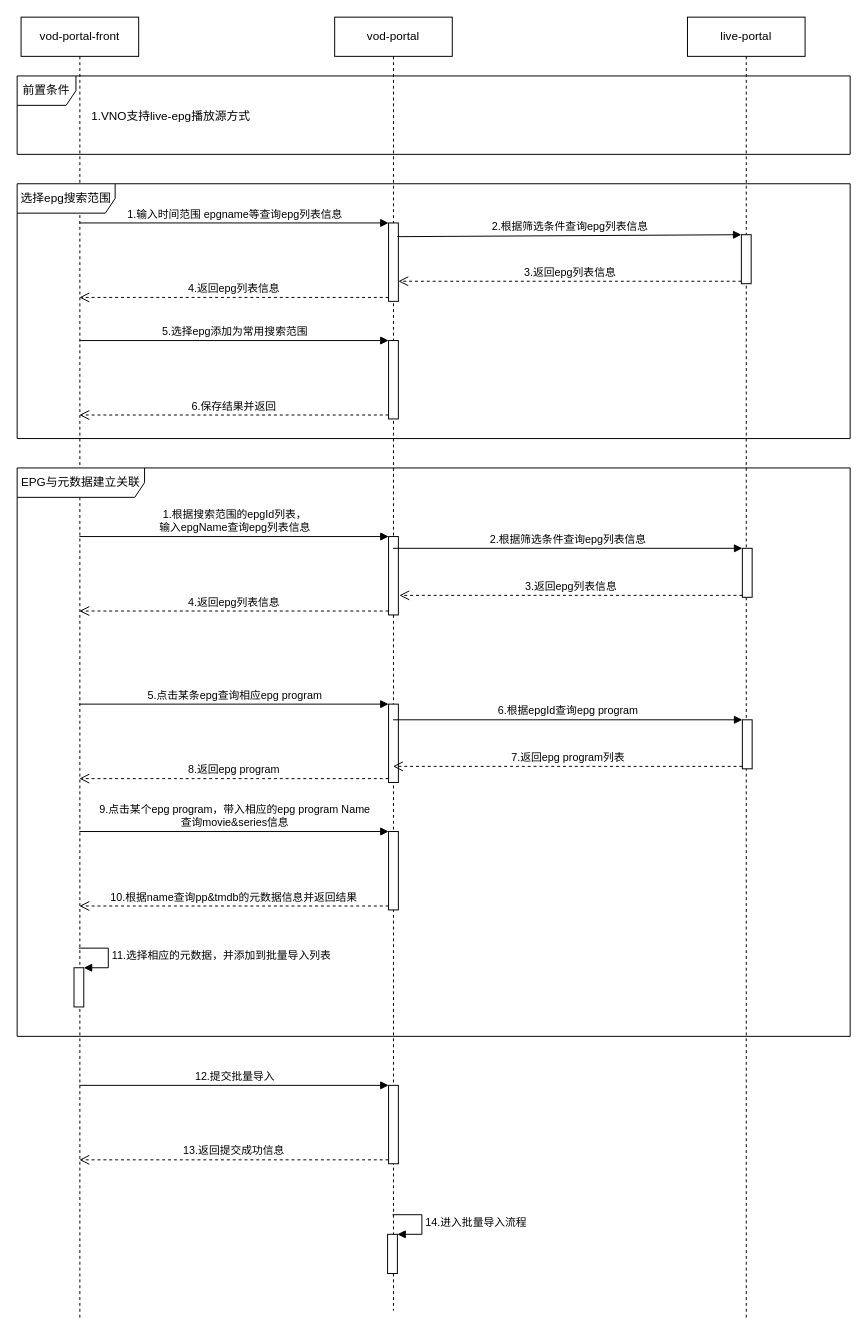
This is page "3.通过EPG-LIVE批量添加影片" (3 of 6) of liveEPG转VOD.drawio from beixiaohai/goose, a draw.io file, before an edit. Source tidied: cells renumbered, new cells numbered last; positions are measured from the earlier drawing's top-left corner, leaving out a move shared by most shapes. Both pictures are drawn from the tidied source at 98%, with x=0, y=0 at pixel (17, 17).
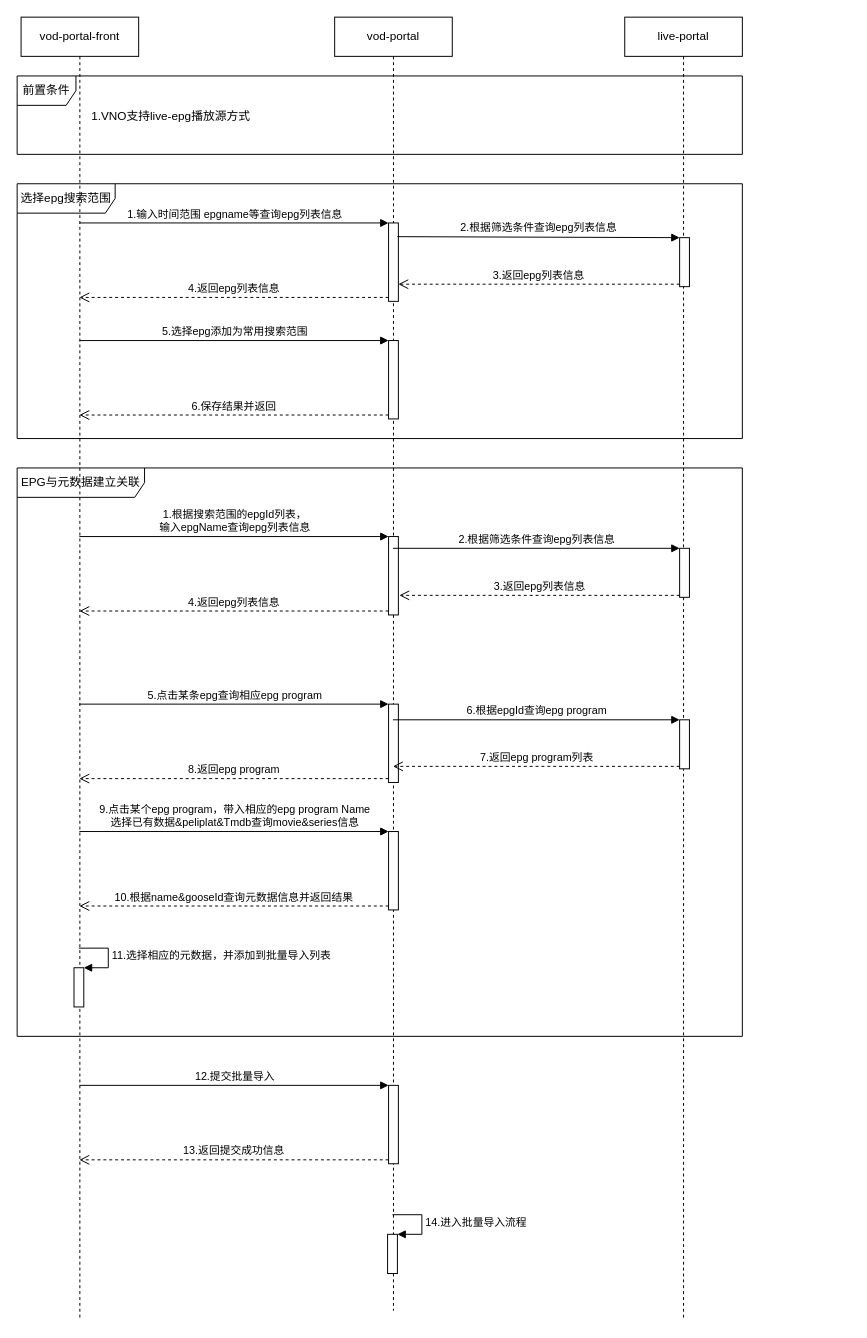
After the change.

Unchanged cells that the change refers to:
```xml
<mxCell id="2" value="vod-portal-front" style="shape=umlLifeline;perimeter=lifelinePerimeter;whiteSpace=wrap;html=1;outlineConnect=0;" parent="1" vertex="1">
  <mxGeometry x="4" width="120" height="1330" as="geometry" />
</mxCell>
<mxCell id="9" style="html=1;points=[];perimeter=orthogonalPerimeter;" parent="5" vertex="1">
  <mxGeometry x="55" y="831" width="10" height="80" as="geometry" />
</mxCell>
```

What changed in the source:
```diff
@@
+    <mxCell id="26" value="选择epg搜索范围" style="shape=umlFrame;whiteSpace=wrap;html=1;width=100;height=30;" parent="1" vertex="1">
+      <mxGeometry y="170" width="740" height="260" as="geometry" />
+    </mxCell>
+    <mxCell id="37" value="EPG与元数据建立关联" style="shape=umlFrame;whiteSpace=wrap;html=1;width=130;height=30;" parent="1" vertex="1">
+      <mxGeometry y="460" width="740" height="580" as="geometry" />
+    </mxCell>
@@
     <mxCell id="13" value="live-portal" style="shape=umlLifeline;perimeter=lifelinePerimeter;whiteSpace=wrap;html=1;" parent="1" vertex="1">
-      <mxGeometry x="684" width="120" height="1330" as="geometry" />
+      <mxGeometry x="620" width="120" height="1330" as="geometry" />
     </mxCell>
@@
+    <mxCell id="21" style="html=1;points=[];perimeter=orthogonalPerimeter;" parent="13" vertex="1">
+      <mxGeometry x="56" y="225" width="10" height="50" as="geometry" />
+    </mxCell>
     <mxCell id="16" value="前置条件" style="shape=umlFrame;whiteSpace=wrap;html=1;" parent="1" vertex="1">
-      <mxGeometry y="60" width="850" height="80" as="geometry" />
+      <mxGeometry y="60" width="740" height="80" as="geometry" />
     </mxCell>
     <mxCell id="17" value="1.VNO支持live-epg播放源方式" style="text;strokeColor=none;fillColor=none;align=left;verticalAlign=middle;spacingLeft=4;spacingRight=4;overflow=hidden;" parent="1" vertex="1">
-      <mxGeometry x="70" y="85" width="690" height="30" as="geometry" />
+      <mxGeometry x="70" y="85" width="600" height="30" as="geometry" />
     </mxCell>
@@
-    <mxCell id="21" style="html=1;points=[];perimeter=orthogonalPerimeter;" parent="1" vertex="1">
-      <mxGeometry x="739" y="222" width="10" height="50" as="geometry" />
-    </mxCell>
@@
-    <mxCell id="26" value="选择epg搜索范围" style="shape=umlFrame;whiteSpace=wrap;html=1;width=100;height=30;" parent="1" vertex="1">
-      <mxGeometry y="170" width="850" height="260" as="geometry" />
-    </mxCell>
@@
-    <mxCell id="35" value="9.点击某个epg program，带入相应的epg program Name&lt;br&gt;查询movie&amp;amp;series信息" style="html=1;verticalAlign=bottom;endArrow=block;entryX=0;entryY=0;rounded=0;" parent="1" edge="1" target="9">
+    <mxCell id="35" value="9.点击某个epg program，带入相应的epg program Name&lt;br&gt;选择已有数据&amp;amp;peliplat&amp;amp;Tmdb查询movie&amp;amp;series信息" style="html=1;verticalAlign=bottom;endArrow=block;entryX=0;entryY=0;rounded=0;" parent="1" edge="1" target="9">
       <mxGeometry relative="1" as="geometry">
         <mxPoint x="63.5" y="831" as="sourcePoint" />
       </mxGeometry>
     </mxCell>
-    <mxCell id="36" value="10.根据name查询pp&amp;amp;tmdb的元数据信息并返回结果" style="html=1;verticalAlign=bottom;endArrow=open;dashed=1;endSize=8;exitX=0;exitY=0.95;rounded=0;" parent="1" edge="1" source="9" target="2">
+    <mxCell id="36" value="10.根据name&amp;amp;gooseId查询元数据信息并返回结果" style="html=1;verticalAlign=bottom;endArrow=open;dashed=1;endSize=8;exitX=0;exitY=0.95;rounded=0;" parent="1" edge="1" source="9" target="2">
       <mxGeometry relative="1" as="geometry" />
     </mxCell>
-    <mxCell id="37" value="EPG与元数据建立关联" style="shape=umlFrame;whiteSpace=wrap;html=1;width=130;height=30;" parent="1" vertex="1">
-      <mxGeometry y="460" width="850" height="580" as="geometry" />
-    </mxCell>
```
